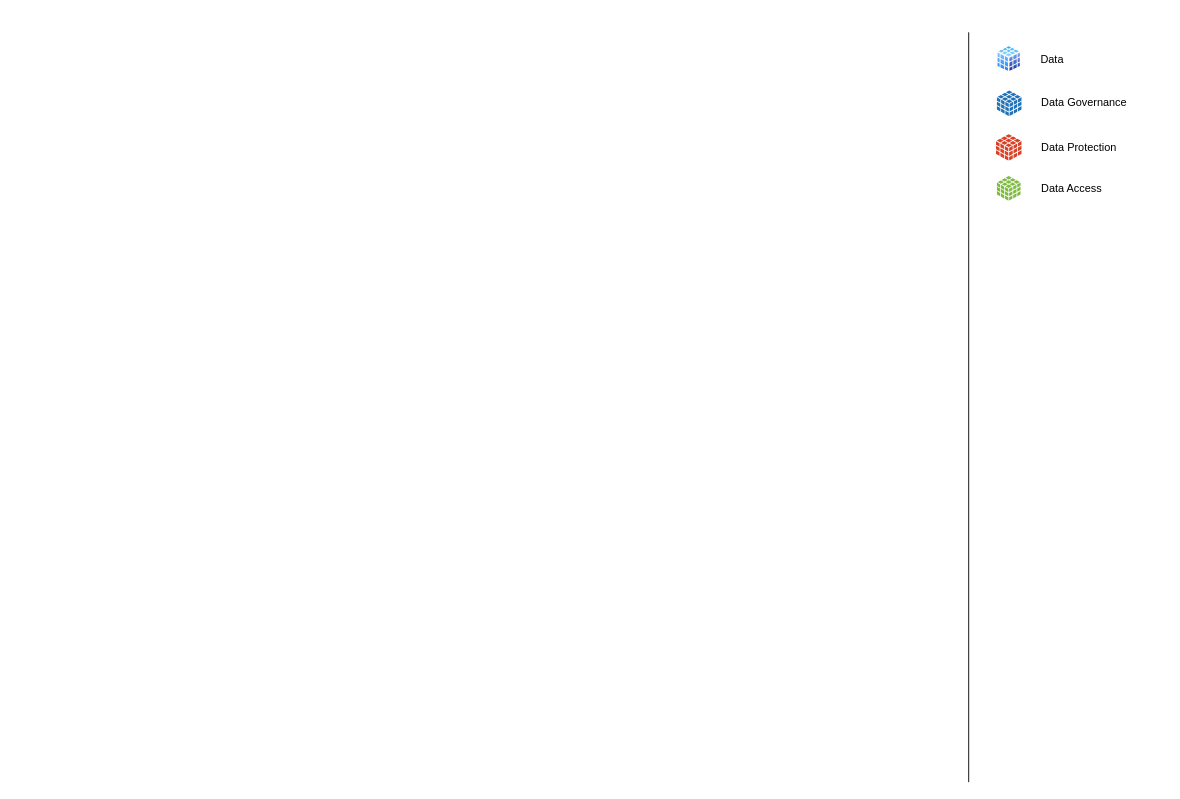
Above: page "L50-Data-centric" (1 of 3) of Untitled Diagram.drawio in amcamillo/Cybersecurity_Tools (draw.io), before the change. Source tidied: cells renumbered, new cells numbered last; positions are measured from the earlier drawing's top-left corner, leaving out a move shared by most shapes. Both pictures are drawn from the tidied source at 91%, with x=0, y=0 at pixel (968, 32).
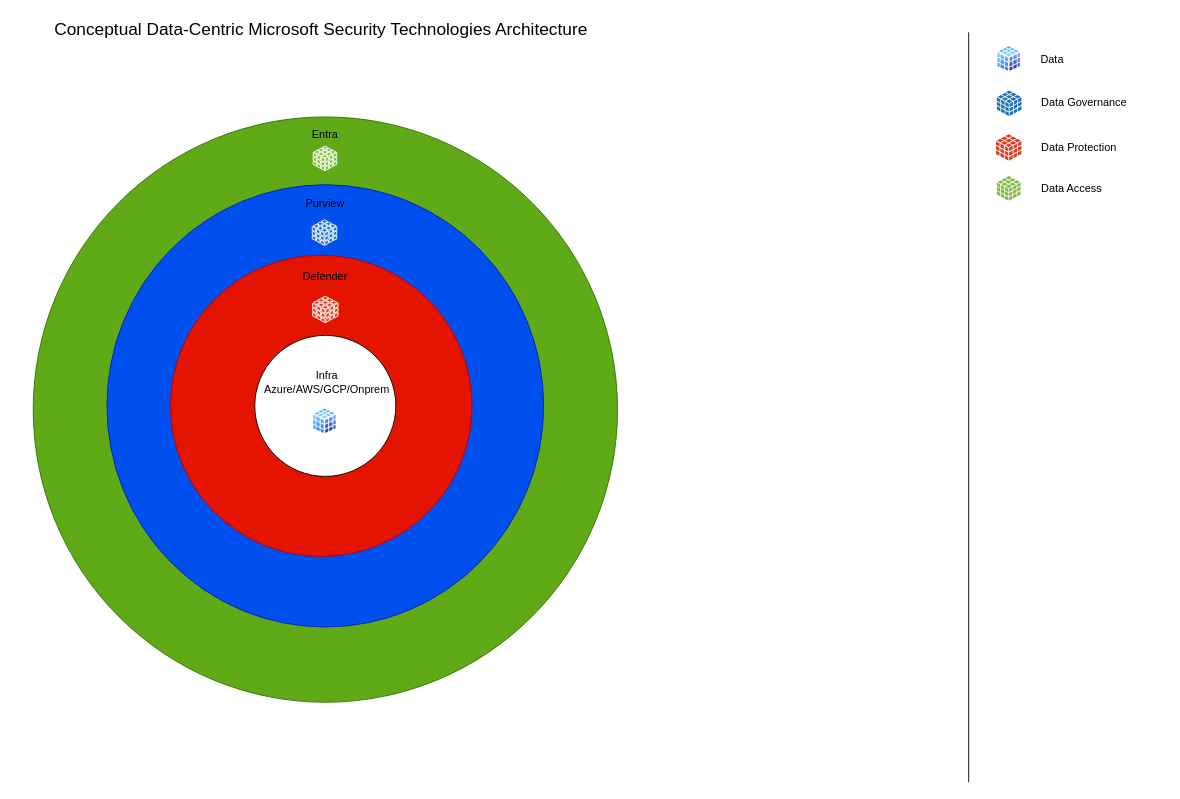
The same diagram, later.

Change to the diagram source:
```diff
@@
+    <mxCell id="11" style="ellipse;whiteSpace=wrap;html=1;fillColor=#60a917;strokeColor=#2D7600;fontColor=#ffffff;" parent="1" vertex="1">
+      <mxGeometry x="-1028" y="93" width="642.1" height="643.2" as="geometry" />
+    </mxCell>
+    <mxCell id="12" style="ellipse;whiteSpace=wrap;html=1;fillColor=#0050ef;strokeColor=#001DBC;fontColor=#ffffff;" parent="1" vertex="1">
+      <mxGeometry x="-947" y="167.5" width="479.9" height="486" as="geometry" />
+    </mxCell>
+    <mxCell id="13" style="ellipse;whiteSpace=wrap;html=1;fillColor=#e51400;strokeColor=#B20000;fontColor=#ffffff;" parent="1" vertex="1">
+      <mxGeometry x="-877.2" y="245" width="331.4" height="331" as="geometry" />
+    </mxCell>
+    <mxCell id="14" style="ellipse;whiteSpace=wrap;html=1;" parent="1" vertex="1">
+      <mxGeometry x="-784.5" y="333" width="155" height="155" as="geometry" />
+    </mxCell>
@@
+    <mxCell id="15" value="&lt;font style=&quot;font-size: 19px;&quot;&gt;Conceptual Data-Centric Microsoft Security Technologies Architecture&lt;/font&gt;" style="text;html=1;strokeColor=none;fillColor=none;align=center;verticalAlign=middle;whiteSpace=wrap;rounded=0;" parent="1" vertex="1">
+      <mxGeometry x="-1047" y="-18" width="671" height="30" as="geometry" />
+    </mxCell>
+    <mxCell id="16" style="image;perimeter=ellipsePerimeter;html=1;align=center;shadow=0;dashed=0;spacingTop=3;image=img/lib/active_directory/database_cube.svg;" parent="1" vertex="1">
+      <mxGeometry x="-721.4" y="412" width="27.9" height="31" as="geometry" />
+    </mxCell>
+    <mxCell id="17" value="Infra&lt;br style=&quot;border-color: var(--border-color);&quot;&gt;Azure/AWS/GCP/Onprem" style="text;html=1;strokeColor=none;fillColor=none;align=center;verticalAlign=middle;whiteSpace=wrap;rounded=0;" parent="1" vertex="1">
+      <mxGeometry x="-735" y="370" width="60" height="30" as="geometry" />
+    </mxCell>
+    <mxCell id="18" value="Defender" style="text;html=1;strokeColor=none;fillColor=none;align=center;verticalAlign=middle;whiteSpace=wrap;rounded=0;" parent="1" vertex="1">
+      <mxGeometry x="-737" y="254" width="60" height="30" as="geometry" />
+    </mxCell>
+    <mxCell id="19" value="Purview" style="text;html=1;strokeColor=none;fillColor=none;align=center;verticalAlign=middle;whiteSpace=wrap;rounded=0;" parent="1" vertex="1">
+      <mxGeometry x="-737.5" y="174" width="60" height="30" as="geometry" />
+    </mxCell>
+    <mxCell id="20" value="Entra" style="text;html=1;strokeColor=none;fillColor=none;align=center;verticalAlign=middle;whiteSpace=wrap;rounded=0;" parent="1" vertex="1">
+      <mxGeometry x="-737" y="97.5" width="60" height="30" as="geometry" />
+    </mxCell>
+    <mxCell id="21" style="sketch=0;shadow=0;dashed=0;html=1;strokeColor=#FFFFFF;labelPosition=center;verticalLabelPosition=bottom;verticalAlign=top;align=center;shape=mxgraph.office.databases.database_cube;fillColor=#2072B8;" parent="1" vertex="1">
+      <mxGeometry x="-721.4" y="206" width="27" height="28" as="geometry" />
+    </mxCell>
+    <mxCell id="22" style="sketch=0;shadow=0;dashed=0;html=1;strokeColor=#FFFFFF;labelPosition=center;verticalLabelPosition=bottom;verticalAlign=top;align=center;shape=mxgraph.office.databases.database_cube;fillColor=#DA4026;" parent="1" vertex="1">
+      <mxGeometry x="-721" y="290" width="28" height="29" as="geometry" />
+    </mxCell>
+    <mxCell id="23" style="sketch=0;shadow=0;dashed=0;html=1;strokeColor=#FFFFFF;labelPosition=center;verticalLabelPosition=bottom;verticalAlign=top;align=center;shape=mxgraph.office.databases.database_cube;fillColor=#7FBA42;" parent="1" vertex="1">
+      <mxGeometry x="-720.4" y="125" width="26" height="27" as="geometry" />
+    </mxCell>
```
